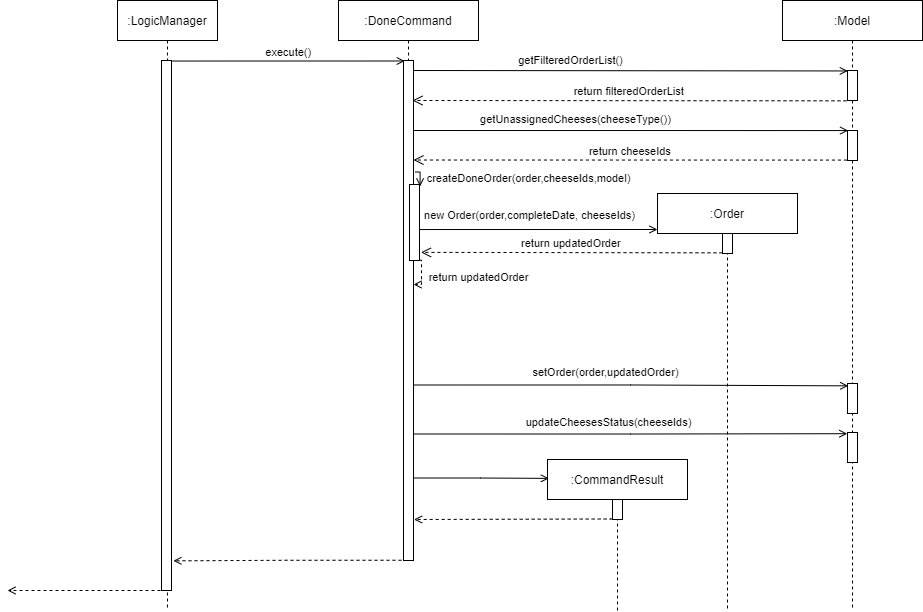
Above: docs/images/DoneCommandSeqDiagram.png in nus-cs2103-AY2021S2/tp (draw.io), before the change. Source tidied: cells renumbered, new cells last; positions are measured from the earlier drawing's top-left corner, leaving out a move shared by most shapes.
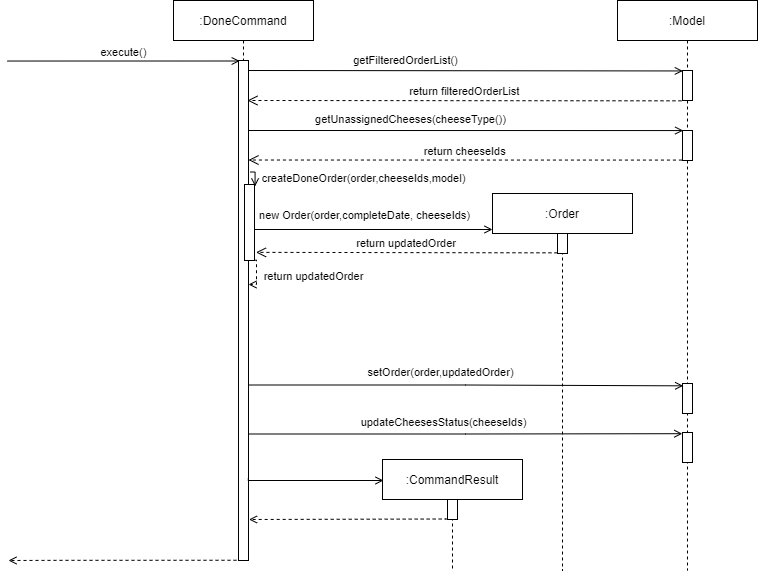
The same file after the commit.

Commit message:
Update diagram as per PR comments

What changed in the source:
```diff
@@ -2,23 +2,19 @@
   <root>
     <mxCell id="0" />
     <mxCell id="1" parent="0" />
-    <mxCell id="2" value=":LogicManager" style="shape=umlLifeline;perimeter=lifelinePerimeter;rounded=0;shadow=0;strokeWidth=1;" parent="1" vertex="1">
-      <mxGeometry x="110" width="100" height="610" as="geometry" />
-    </mxCell>
-    <mxCell id="3" style="points=[];perimeter=orthogonalPerimeter;rounded=0;shadow=0;strokeWidth=1;" parent="2" vertex="1">
-      <mxGeometry x="44" y="60" width="10" height="530" as="geometry" />
-    </mxCell>
     <mxCell id="4" value=":DoneCommand" style="shape=umlLifeline;perimeter=lifelinePerimeter;rounded=0;shadow=0;strokeWidth=1;" parent="1" vertex="1">
       <mxGeometry x="331" width="140" height="560" as="geometry" />
     </mxCell>
     <mxCell id="5" style="points=[];perimeter=orthogonalPerimeter;rounded=0;shadow=0;strokeWidth=1;" parent="4" vertex="1">
       <mxGeometry x="65" y="60" width="10" height="500" as="geometry" />
     </mxCell>
-    <mxCell id="6" value="execute()" style="verticalAlign=bottom;endArrow=open;shadow=0;strokeWidth=1;endFill=0;exitX=1.072;exitY=0.001;exitDx=0;exitDy=0;exitPerimeter=0;entryX=0.122;entryY=0.001;entryDx=0;entryDy=0;entryPerimeter=0;" parent="1" edge="1" source="3" target="5">
-      <mxGeometry relative="1" as="geometry" />
+    <mxCell id="6" value="execute()" style="verticalAlign=bottom;endArrow=open;shadow=0;strokeWidth=1;endFill=0;exitX=1.072;exitY=0.001;exitDx=0;exitDy=0;exitPerimeter=0;entryX=0.122;entryY=0.001;entryDx=0;entryDy=0;entryPerimeter=0;" parent="1" edge="1" target="5">
+      <mxGeometry relative="1" as="geometry">
+        <mxPoint x="164.7" y="60.5" as="sourcePoint" />
+      </mxGeometry>
     </mxCell>
     <mxCell id="7" value=":Model" style="shape=umlLifeline;perimeter=lifelinePerimeter;rounded=0;shadow=0;strokeWidth=1;" parent="1" vertex="1">
-      <mxGeometry x="775" width="140" height="610" as="geometry" />
+      <mxGeometry x="775" width="140" height="570" as="geometry" />
     </mxCell>
     <mxCell id="8" style="points=[];perimeter=orthogonalPerimeter;rounded=0;shadow=0;strokeWidth=1;" parent="7" vertex="1">
       <mxGeometry x="65" y="70" width="10" height="30" as="geometry" />
@@ -94,7 +90,7 @@
       <mxGeometry x="402" y="184" width="10" height="76" as="geometry" />
     </mxCell>
     <mxCell id="23" value=":Order" style="shape=umlLifeline;perimeter=lifelinePerimeter;rounded=0;shadow=0;strokeWidth=1;" parent="1" vertex="1">
-      <mxGeometry x="650" y="193" width="140" height="417" as="geometry" />
+      <mxGeometry x="650" y="193" width="140" height="377" as="geometry" />
     </mxCell>
     <mxCell id="24" style="points=[];perimeter=orthogonalPerimeter;rounded=0;shadow=0;strokeWidth=1;" parent="23" vertex="1">
       <mxGeometry x="65" y="40" width="10" height="20" as="geometry" />
@@ -127,13 +123,18 @@
       </mxGeometry>
     </mxCell>
     <mxCell id="32" value=":CommandResult" style="shape=umlLifeline;perimeter=lifelinePerimeter;rounded=0;shadow=0;strokeWidth=1;" parent="1" vertex="1">
-      <mxGeometry x="540" y="459" width="140" height="151" as="geometry" />
+      <mxGeometry x="540" y="459" width="140" height="111" as="geometry" />
     </mxCell>
     <mxCell id="33" style="points=[];perimeter=orthogonalPerimeter;rounded=0;shadow=0;strokeWidth=1;" parent="32" vertex="1">
       <mxGeometry x="65" y="40" width="10" height="20" as="geometry" />
     </mxCell>
-    <mxCell id="34" style="edgeStyle=orthogonalEdgeStyle;rounded=0;jettySize=auto;html=1;startArrow=none;startFill=0;endArrow=open;endFill=0;strokeColor=#000000;fontColor=#000000;exitX=0.98;exitY=0.835;exitDx=0;exitDy=0;exitPerimeter=0;entryX=0.01;entryY=0.125;entryDx=0;entryDy=0;entryPerimeter=0;" parent="1" edge="1" source="5" target="32">
-      <mxGeometry relative="1" as="geometry" />
+    <mxCell id="34" style="edgeStyle=orthogonalEdgeStyle;rounded=0;jettySize=auto;html=1;startArrow=none;startFill=0;endArrow=open;endFill=0;strokeColor=#000000;fontColor=#000000;exitX=0.98;exitY=0.835;exitDx=0;exitDy=0;exitPerimeter=0;" parent="1" edge="1" source="5">
+      <mxGeometry relative="1" as="geometry">
+        <mxPoint x="541" y="480" as="targetPoint" />
+        <Array as="points">
+          <mxPoint x="406" y="480" />
+        </Array>
+      </mxGeometry>
     </mxCell>
     <mxCell id="35" style="edgeStyle=orthogonalEdgeStyle;rounded=0;jettySize=auto;html=1;entryX=1.052;entryY=0.918;entryDx=0;entryDy=0;entryPerimeter=0;startArrow=none;startFill=0;endArrow=open;endFill=0;strokeColor=#000000;fontColor=#000000;dashed=1;exitX=0.017;exitY=0.976;exitDx=0;exitDy=0;exitPerimeter=0;" parent="1" edge="1" source="33" target="5">
       <mxGeometry relative="1" as="geometry">
@@ -142,15 +143,14 @@
         </Array>
       </mxGeometry>
     </mxCell>
-    <mxCell id="36" style="edgeStyle=orthogonalEdgeStyle;rounded=0;orthogonalLoop=1;jettySize=auto;html=1;dashed=1;startArrow=none;startFill=0;endArrow=open;endFill=0;strokeColor=#000000;fontColor=#000000;" parent="1" edge="1">
-      <mxGeometry relative="1" as="geometry">
-        <mxPoint x="153" y="590" as="sourcePoint" />
-        <mxPoint y="590" as="targetPoint" />
-      </mxGeometry>
-    </mxCell>
-    <mxCell id="37" style="edgeStyle=orthogonalEdgeStyle;rounded=0;jettySize=auto;html=1;dashed=1;startArrow=none;startFill=0;endArrow=open;endFill=0;strokeColor=#000000;fontColor=#000000;entryX=1.19;entryY=0.944;entryDx=0;entryDy=0;entryPerimeter=0;" parent="1" edge="1" target="3">
+    <mxCell id="37" style="edgeStyle=orthogonalEdgeStyle;rounded=0;orthogonalLoop=1;jettySize=auto;html=1;dashed=1;startArrow=none;startFill=0;endArrow=open;endFill=0;strokeColor=#000000;fontColor=#000000;" parent="1" edge="1">
       <mxGeometry relative="1" as="geometry">
         <mxPoint x="394" y="559.8" as="sourcePoint" />
+        <mxPoint x="166" y="560" as="targetPoint" />
+        <Array as="points">
+          <mxPoint x="220" y="560" />
+          <mxPoint x="220" y="560" />
+        </Array>
       </mxGeometry>
     </mxCell>
   </root>
```
